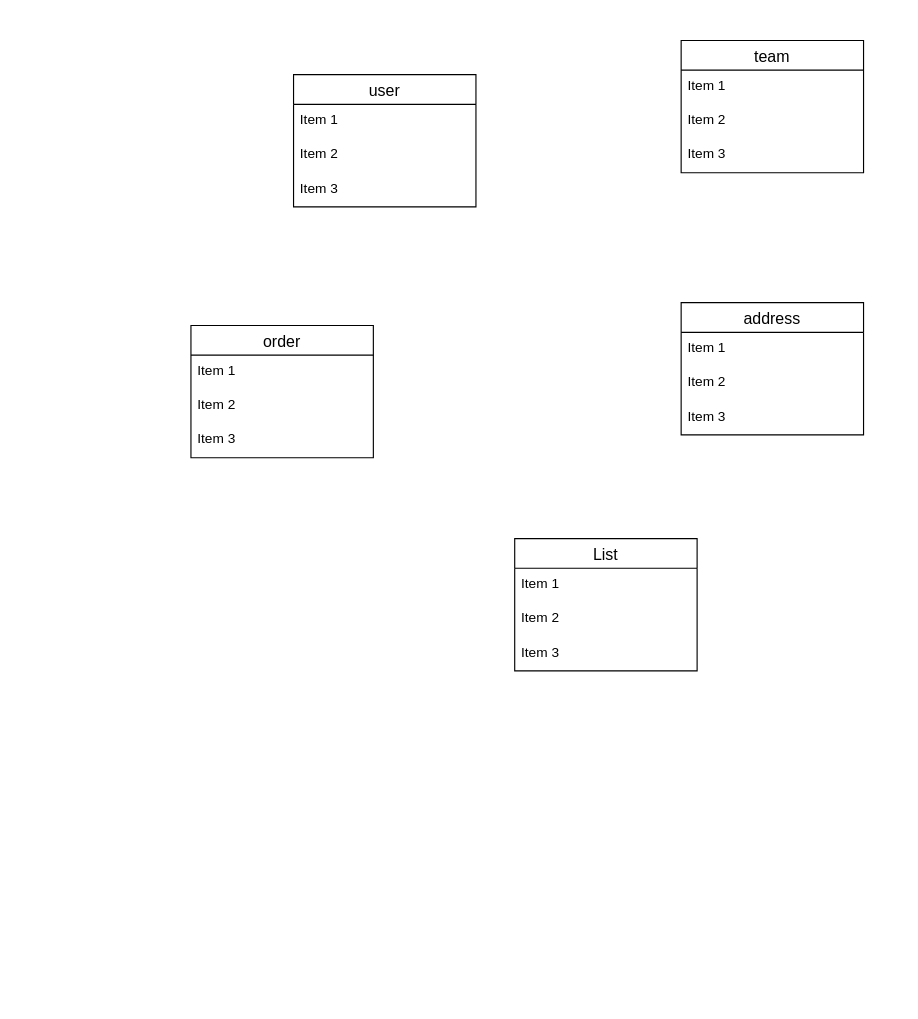
Earlier version of the draw.io diagram test.dio (hori-kozaburo-fixer/baske_app). Source tidied: cells renumbered, new cells numbered last; positions are measured from the earlier drawing's top-left corner, leaving out a move shared by most shapes. Both pictures are drawn from the tidied source at 114%, with x=0, y=0 at pixel (190, 40).
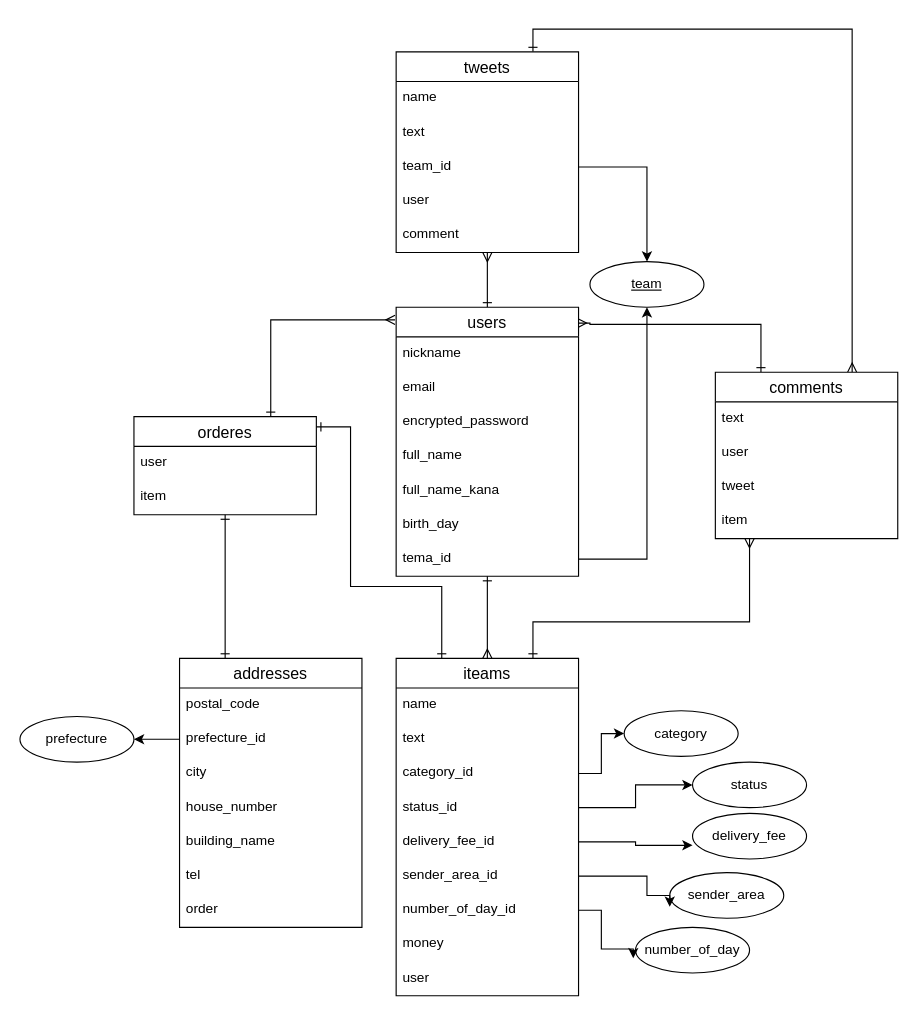
After the change.

Diff of the diagram source:
```diff
@@
+    <mxCell id="22" value="category" style="ellipse;whiteSpace=wrap;html=1;align=center;" parent="1" vertex="1">
+      <mxGeometry x="380" y="588" width="100" height="40" as="geometry" />
+    </mxCell>
+    <mxCell id="23" value="status" style="ellipse;whiteSpace=wrap;html=1;align=center;" parent="1" vertex="1">
+      <mxGeometry x="440" y="633" width="100" height="40" as="geometry" />
+    </mxCell>
+    <mxCell id="24" value="delivery_fee" style="ellipse;whiteSpace=wrap;html=1;align=center;" parent="1" vertex="1">
+      <mxGeometry x="440" y="678" width="100" height="40" as="geometry" />
+    </mxCell>
+    <mxCell id="25" style="edgeStyle=orthogonalEdgeStyle;rounded=0;jettySize=auto;html=1;exitX=0.75;exitY=0;exitDx=0;exitDy=0;entryX=0.75;entryY=0;entryDx=0;entryDy=0;startArrow=ERone;startFill=0;endArrow=ERmany;endFill=0;" parent="1" edge="1" source="26" target="10">
+      <mxGeometry relative="1" as="geometry" />
+    </mxCell>
+    <mxCell id="26" value="tweets" style="swimlane;fontStyle=0;horizontal=1;startSize=26;align=center;fontSize=14;" parent="1" vertex="1">
+      <mxGeometry x="180" y="10" width="160" height="176" as="geometry" />
+    </mxCell>
+    <mxCell id="27" value="name" style="text;strokeColor=none;fillColor=none;spacingLeft=4;spacingRight=4;overflow=hidden;fontSize=12;" parent="26" vertex="1">
+      <mxGeometry y="26" width="160" height="30" as="geometry" />
+    </mxCell>
+    <mxCell id="28" value="text&#10;" style="text;strokeColor=none;fillColor=none;spacingLeft=4;spacingRight=4;overflow=hidden;fontSize=12;" parent="26" vertex="1">
+      <mxGeometry y="56" width="160" height="30" as="geometry" />
+    </mxCell>
+    <mxCell id="29" value="team_id" style="text;strokeColor=none;fillColor=none;spacingLeft=4;spacingRight=4;overflow=hidden;points=[[0,0.5],[1,0.5]];portConstraint=eastwest;fontSize=12;" parent="26" vertex="1">
+      <mxGeometry y="86" width="160" height="30" as="geometry" />
+    </mxCell>
+    <mxCell id="30" value="user" style="text;strokeColor=none;fillColor=none;spacingLeft=4;spacingRight=4;overflow=hidden;fontSize=12;" parent="26" vertex="1">
+      <mxGeometry y="116" width="160" height="30" as="geometry" />
+    </mxCell>
+    <mxCell id="31" value="comment" style="text;strokeColor=none;fillColor=none;spacingLeft=4;spacingRight=4;overflow=hidden;fontSize=12;" parent="26" vertex="1">
+      <mxGeometry y="146" width="160" height="30" as="geometry" />
+    </mxCell>
+    <mxCell id="32" value="sender_area" style="ellipse;whiteSpace=wrap;html=1;align=center;" parent="1" vertex="1">
+      <mxGeometry x="420" y="730" width="100" height="40" as="geometry" />
+    </mxCell>
+    <mxCell id="33" value="number_of_day" style="ellipse;whiteSpace=wrap;html=1;align=center;" parent="1" vertex="1">
+      <mxGeometry x="390" y="778" width="100" height="40" as="geometry" />
+    </mxCell>
+    <mxCell id="34" value="prefecture" style="ellipse;whiteSpace=wrap;html=1;align=center;" parent="1" vertex="1">
+      <mxGeometry x="-150" y="593" width="100" height="40" as="geometry" />
+    </mxCell>
+    <mxCell id="35" style="edgeStyle=orthogonalEdgeStyle;rounded=0;jettySize=auto;html=1;exitX=0.25;exitY=0;exitDx=0;exitDy=0;startArrow=ERone;startFill=0;endArrow=ERmany;endFill=0;entryX=0.994;entryY=0.059;entryDx=0;entryDy=0;entryPerimeter=0;" parent="1" edge="1" source="10" target="18">
+      <mxGeometry relative="1" as="geometry">
+        <Array as="points">
+          <mxPoint x="500" y="249" />
+          <mxPoint x="350" y="249" />
+          <mxPoint x="350" y="248" />
+        </Array>
+      </mxGeometry>
+    </mxCell>
+    <mxCell id="36" style="edgeStyle=orthogonalEdgeStyle;rounded=0;jettySize=auto;html=1;exitX=1;exitY=0.5;exitDx=0;exitDy=0;entryX=0;entryY=0.5;entryDx=0;entryDy=0;" parent="1" edge="1" source="54" target="23">
+      <mxGeometry relative="1" as="geometry" />
+    </mxCell>
+    <mxCell id="37" style="edgeStyle=orthogonalEdgeStyle;rounded=0;jettySize=auto;html=1;exitX=1;exitY=0.5;exitDx=0;exitDy=0;entryX=0;entryY=0.7;entryDx=0;entryDy=0;entryPerimeter=0;" parent="1" edge="1" source="55" target="24">
+      <mxGeometry relative="1" as="geometry" />
+    </mxCell>
+    <mxCell id="38" style="edgeStyle=orthogonalEdgeStyle;rounded=0;jettySize=auto;html=1;exitX=1;exitY=0.5;exitDx=0;exitDy=0;entryX=0;entryY=0.75;entryDx=0;entryDy=0;entryPerimeter=0;" parent="1" edge="1" source="56" target="32">
+      <mxGeometry relative="1" as="geometry">
+        <Array as="points">
+          <mxPoint x="400" y="733" />
+          <mxPoint x="400" y="750" />
+        </Array>
+      </mxGeometry>
+    </mxCell>
+    <mxCell id="39" style="edgeStyle=orthogonalEdgeStyle;rounded=0;jettySize=auto;html=1;exitX=1;exitY=0.5;exitDx=0;exitDy=0;entryX=-0.02;entryY=0.675;entryDx=0;entryDy=0;entryPerimeter=0;" parent="1" edge="1" source="57" target="33">
+      <mxGeometry relative="1" as="geometry">
+        <Array as="points">
+          <mxPoint x="360" y="763" />
+          <mxPoint x="360" y="797" />
+        </Array>
+      </mxGeometry>
+    </mxCell>
+    <mxCell id="40" style="edgeStyle=orthogonalEdgeStyle;rounded=0;jettySize=auto;html=1;exitX=0.5;exitY=0;exitDx=0;exitDy=0;startArrow=ERmany;startFill=0;endArrow=ERone;endFill=0;" parent="1" edge="1" source="50" target="18">
+      <mxGeometry relative="1" as="geometry">
+        <Array as="points">
+          <mxPoint x="260" y="520" />
+          <mxPoint x="260" y="520" />
+        </Array>
+      </mxGeometry>
+    </mxCell>
+    <mxCell id="41" style="edgeStyle=orthogonalEdgeStyle;rounded=0;jettySize=auto;html=1;exitX=0.5;exitY=0;exitDx=0;exitDy=0;startArrow=ERone;startFill=0;endArrow=ERmany;endFill=0;" parent="1" edge="1" source="18" target="26">
+      <mxGeometry relative="1" as="geometry" />
+    </mxCell>
+    <mxCell id="18" value="users" style="swimlane;fontStyle=0;horizontal=1;startSize=26;align=center;fontSize=14;" parent="1" vertex="1">
+      <mxGeometry x="180" y="234" width="160" height="236" as="geometry" />
+    </mxCell>
+    <mxCell id="19" value="nickname&#10;" style="text;strokeColor=none;fillColor=none;spacingLeft=4;spacingRight=4;overflow=hidden;fontSize=12;" parent="18" vertex="1">
+      <mxGeometry y="26" width="160" height="30" as="geometry" />
+    </mxCell>
+    <mxCell id="20" value="email&#10;" style="text;strokeColor=none;fillColor=none;spacingLeft=4;spacingRight=4;overflow=hidden;fontSize=12;" parent="18" vertex="1">
+      <mxGeometry y="56" width="160" height="30" as="geometry" />
+    </mxCell>
+    <mxCell id="21" value="encrypted_password" style="text;strokeColor=none;fillColor=none;spacingLeft=4;spacingRight=4;overflow=hidden;fontSize=12;" parent="18" vertex="1">
+      <mxGeometry y="86" width="160" height="30" as="geometry" />
+    </mxCell>
+    <mxCell id="42" value="full_name&#10;&#10;" style="text;strokeColor=none;fillColor=none;spacingLeft=4;spacingRight=4;overflow=hidden;fontSize=12;" parent="18" vertex="1">
+      <mxGeometry y="116" width="160" height="30" as="geometry" />
+    </mxCell>
+    <mxCell id="43" value="full_name_kana" style="text;strokeColor=none;fillColor=none;spacingLeft=4;spacingRight=4;overflow=hidden;fontSize=12;" parent="18" vertex="1">
+      <mxGeometry y="146" width="160" height="30" as="geometry" />
+    </mxCell>
+    <mxCell id="44" value="birth_day" style="text;strokeColor=none;fillColor=none;spacingLeft=4;spacingRight=4;overflow=hidden;fontSize=12;" parent="18" vertex="1">
+      <mxGeometry y="176" width="160" height="30" as="geometry" />
+    </mxCell>
+    <mxCell id="45" value="tema_id" style="text;strokeColor=none;fillColor=none;spacingLeft=4;spacingRight=4;overflow=hidden;points=[[0,0.5],[1,0.5]];portConstraint=eastwest;fontSize=12;" parent="18" vertex="1">
+      <mxGeometry y="206" width="160" height="30" as="geometry" />
+    </mxCell>
+    <mxCell id="6" value="team" style="ellipse;whiteSpace=wrap;html=1;align=center;fontStyle=4;" parent="1" vertex="1">
+      <mxGeometry x="350" y="194" width="100" height="40" as="geometry" />
+    </mxCell>
+    <mxCell id="46" style="edgeStyle=orthogonalEdgeStyle;rounded=0;jettySize=auto;html=1;exitX=1;exitY=0.5;exitDx=0;exitDy=0;entryX=0;entryY=0.5;entryDx=0;entryDy=0;" parent="1" edge="1" source="53" target="22">
+      <mxGeometry relative="1" as="geometry" />
+    </mxCell>
+    <mxCell id="47" style="edgeStyle=orthogonalEdgeStyle;rounded=0;jettySize=auto;html=1;exitX=0.75;exitY=0;exitDx=0;exitDy=0;entryX=-0.006;entryY=0.047;entryDx=0;entryDy=0;entryPerimeter=0;startArrow=ERone;startFill=0;endArrow=ERmany;endFill=0;" parent="1" edge="1" source="2" target="18">
+      <mxGeometry relative="1" as="geometry">
+        <Array as="points">
+          <mxPoint x="70" y="245" />
+        </Array>
+      </mxGeometry>
+    </mxCell>
-    <mxCell id="2" value="order" style="swimlane;fontStyle=0;horizontal=1;startSize=26;align=center;fontSize=14;" parent="1" vertex="1">
-      <mxGeometry y="250" width="160" height="116" as="geometry" />
+    <mxCell id="2" value="orderes" style="swimlane;fontStyle=0;horizontal=1;startSize=26;align=center;fontSize=14;" parent="1" vertex="1">
+      <mxGeometry x="-50" y="330" width="160" height="86" as="geometry" />
     </mxCell>
-    <mxCell id="3" value="Item 1" style="text;strokeColor=none;fillColor=none;spacingLeft=4;spacingRight=4;overflow=hidden;fontSize=12;" parent="2" vertex="1">
+    <mxCell id="3" value="user" style="text;strokeColor=none;fillColor=none;spacingLeft=4;spacingRight=4;overflow=hidden;fontSize=12;" parent="2" vertex="1">
       <mxGeometry y="26" width="160" height="30" as="geometry" />
     </mxCell>
-    <mxCell id="4" value="Item 2" style="text;strokeColor=none;fillColor=none;spacingLeft=4;spacingRight=4;overflow=hidden;fontSize=12;" parent="2" vertex="1">
+    <mxCell id="4" value="item" style="text;strokeColor=none;fillColor=none;spacingLeft=4;spacingRight=4;overflow=hidden;fontSize=12;" parent="2" vertex="1">
       <mxGeometry y="56" width="160" height="30" as="geometry" />
     </mxCell>
-    <mxCell id="5" value="Item 3" style="text;strokeColor=none;fillColor=none;spacingLeft=4;spacingRight=4;overflow=hidden;fontSize=12;" parent="2" vertex="1">
-      <mxGeometry y="86" width="160" height="30" as="geometry" />
-    </mxCell>
-    <mxCell id="6" value="team" style="swimlane;fontStyle=0;horizontal=1;startSize=26;align=center;fontSize=14;" parent="1" vertex="1">
-      <mxGeometry x="430" width="160" height="116" as="geometry" />
-    </mxCell>
-    <mxCell id="7" value="Item 1" style="text;strokeColor=none;fillColor=none;spacingLeft=4;spacingRight=4;overflow=hidden;fontSize=12;" parent="6" vertex="1">
-      <mxGeometry y="26" width="160" height="30" as="geometry" />
-    </mxCell>
-    <mxCell id="8" value="Item 2" style="text;strokeColor=none;fillColor=none;spacingLeft=4;spacingRight=4;overflow=hidden;fontSize=12;" parent="6" vertex="1">
-      <mxGeometry y="56" width="160" height="30" as="geometry" />
-    </mxCell>
-    <mxCell id="9" value="Item 3" style="text;strokeColor=none;fillColor=none;spacingLeft=4;spacingRight=4;overflow=hidden;fontSize=12;" parent="6" vertex="1">
-      <mxGeometry y="86" width="160" height="30" as="geometry" />
-    </mxCell>
+    <mxCell id="48" style="edgeStyle=orthogonalEdgeStyle;rounded=0;jettySize=auto;html=1;exitX=0.75;exitY=0;exitDx=0;exitDy=0;startArrow=ERone;startFill=0;endArrow=ERmany;endFill=0;" parent="1" edge="1" source="50" target="10">
+      <mxGeometry relative="1" as="geometry">
+        <Array as="points">
+          <mxPoint x="300" y="510" />
+          <mxPoint x="490" y="510" />
+        </Array>
+      </mxGeometry>
+    </mxCell>
+    <mxCell id="49" style="edgeStyle=orthogonalEdgeStyle;rounded=0;jettySize=auto;html=1;exitX=0.25;exitY=0;exitDx=0;exitDy=0;startArrow=ERone;startFill=0;endArrow=ERone;endFill=0;" parent="1" edge="1" source="50">
+      <mxGeometry relative="1" as="geometry">
+        <mxPoint x="110" y="339" as="targetPoint" />
+        <Array as="points">
+          <mxPoint x="220" y="479" />
+          <mxPoint x="140" y="479" />
+          <mxPoint x="140" y="339" />
+        </Array>
+      </mxGeometry>
+    </mxCell>
+    <mxCell id="50" value="iteams" style="swimlane;fontStyle=0;horizontal=1;startSize=26;align=center;fontSize=14;" parent="1" vertex="1">
+      <mxGeometry x="180" y="542" width="160" height="296" as="geometry" />
+    </mxCell>
+    <mxCell id="51" value="name" style="text;strokeColor=none;fillColor=none;spacingLeft=4;spacingRight=4;overflow=hidden;fontSize=12;" parent="50" vertex="1">
+      <mxGeometry y="26" width="160" height="30" as="geometry" />
+    </mxCell>
+    <mxCell id="52" value="text" style="text;strokeColor=none;fillColor=none;spacingLeft=4;spacingRight=4;overflow=hidden;fontSize=12;" parent="50" vertex="1">
+      <mxGeometry y="56" width="160" height="30" as="geometry" />
+    </mxCell>
+    <mxCell id="53" value="category_id&#10;" style="text;strokeColor=none;fillColor=none;spacingLeft=4;spacingRight=4;overflow=hidden;points=[[0,0.5],[1,0.5]];portConstraint=eastwest;fontSize=12;" parent="50" vertex="1">
+      <mxGeometry y="86" width="160" height="30" as="geometry" />
+    </mxCell>
+    <mxCell id="54" value="status_id" style="text;strokeColor=none;fillColor=none;spacingLeft=4;spacingRight=4;overflow=hidden;points=[[0,0.5],[1,0.5]];portConstraint=eastwest;fontSize=12;" parent="50" vertex="1">
+      <mxGeometry y="116" width="160" height="30" as="geometry" />
+    </mxCell>
+    <mxCell id="55" value="delivery_fee_id" style="text;strokeColor=none;fillColor=none;spacingLeft=4;spacingRight=4;overflow=hidden;points=[[0,0.5],[1,0.5]];portConstraint=eastwest;fontSize=12;" parent="50" vertex="1">
+      <mxGeometry y="146" width="160" height="30" as="geometry" />
+    </mxCell>
+    <mxCell id="56" value="sender_area_id" style="text;strokeColor=none;fillColor=none;spacingLeft=4;spacingRight=4;overflow=hidden;points=[[0,0.5],[1,0.5]];portConstraint=eastwest;fontSize=12;" parent="50" vertex="1">
+      <mxGeometry y="176" width="160" height="30" as="geometry" />
+    </mxCell>
+    <mxCell id="57" value="number_of_day_id" style="text;strokeColor=none;fillColor=none;spacingLeft=4;spacingRight=4;overflow=hidden;points=[[0,0.5],[1,0.5]];portConstraint=eastwest;fontSize=12;" parent="50" vertex="1">
+      <mxGeometry y="206" width="160" height="30" as="geometry" />
+    </mxCell>
+    <mxCell id="58" value="money" style="text;strokeColor=none;fillColor=none;spacingLeft=4;spacingRight=4;overflow=hidden;fontSize=12;" parent="50" vertex="1">
+      <mxGeometry y="236" width="160" height="30" as="geometry" />
+    </mxCell>
+    <mxCell id="59" value="user&#10;" style="text;strokeColor=none;fillColor=none;spacingLeft=4;spacingRight=4;overflow=hidden;fontSize=12;" parent="50" vertex="1">
+      <mxGeometry y="266" width="160" height="30" as="geometry" />
+    </mxCell>
+    <mxCell id="60" style="edgeStyle=orthogonalEdgeStyle;rounded=0;jettySize=auto;html=1;exitX=1;exitY=0.5;exitDx=0;exitDy=0;entryX=0.5;entryY=0;entryDx=0;entryDy=0;" parent="1" edge="1" source="29" target="6">
+      <mxGeometry relative="1" as="geometry" />
+    </mxCell>
-    <mxCell id="10" value="List" style="swimlane;fontStyle=0;horizontal=1;startSize=26;align=center;fontSize=14;" parent="1" vertex="1">
-      <mxGeometry x="284" y="437" width="160" height="116" as="geometry" />
+    <mxCell id="10" value="comments" style="swimlane;fontStyle=0;horizontal=1;startSize=26;align=center;fontSize=14;" parent="1" vertex="1">
+      <mxGeometry x="460" y="291" width="160" height="146" as="geometry" />
     </mxCell>
-    <mxCell id="11" value="Item 1" style="text;strokeColor=none;fillColor=none;spacingLeft=4;spacingRight=4;overflow=hidden;fontSize=12;" parent="10" vertex="1">
+    <mxCell id="11" value="text&#10;" style="text;strokeColor=none;fillColor=none;spacingLeft=4;spacingRight=4;overflow=hidden;fontSize=12;" parent="10" vertex="1">
       <mxGeometry y="26" width="160" height="30" as="geometry" />
     </mxCell>
-    <mxCell id="12" value="Item 2" style="text;strokeColor=none;fillColor=none;spacingLeft=4;spacingRight=4;overflow=hidden;fontSize=12;" parent="10" vertex="1">
+    <mxCell id="12" value="user" style="text;strokeColor=none;fillColor=none;spacingLeft=4;spacingRight=4;overflow=hidden;fontSize=12;" parent="10" vertex="1">
       <mxGeometry y="56" width="160" height="30" as="geometry" />
     </mxCell>
-    <mxCell id="13" value="Item 3" style="text;strokeColor=none;fillColor=none;spacingLeft=4;spacingRight=4;overflow=hidden;fontSize=12;" parent="10" vertex="1">
+    <mxCell id="13" value="tweet" style="text;strokeColor=none;fillColor=none;spacingLeft=4;spacingRight=4;overflow=hidden;fontSize=12;" parent="10" vertex="1">
       <mxGeometry y="86" width="160" height="30" as="geometry" />
     </mxCell>
+    <mxCell id="61" value="item" style="text;strokeColor=none;fillColor=none;spacingLeft=4;spacingRight=4;overflow=hidden;fontSize=12;" parent="10" vertex="1">
+      <mxGeometry y="116" width="160" height="30" as="geometry" />
+    </mxCell>
+    <mxCell id="62" style="edgeStyle=orthogonalEdgeStyle;rounded=0;jettySize=auto;html=1;exitX=1;exitY=0.5;exitDx=0;exitDy=0;entryX=0.5;entryY=1;entryDx=0;entryDy=0;" parent="1" edge="1" source="45" target="6">
+      <mxGeometry relative="1" as="geometry" />
+    </mxCell>
+    <mxCell id="63" style="edgeStyle=orthogonalEdgeStyle;rounded=0;jettySize=auto;html=1;exitX=0.25;exitY=0;exitDx=0;exitDy=0;startArrow=ERone;startFill=0;endArrow=ERone;endFill=0;" parent="1" edge="1" source="14" target="2">
+      <mxGeometry relative="1" as="geometry" />
+    </mxCell>
-    <mxCell id="14" value="address" style="swimlane;fontStyle=0;horizontal=1;startSize=26;align=center;fontSize=14;" parent="1" vertex="1">
-      <mxGeometry x="430" y="230" width="160" height="116" as="geometry" />
+    <mxCell id="14" value="addresses" style="swimlane;fontStyle=0;horizontal=1;startSize=26;align=center;fontSize=14;" parent="1" vertex="1">
+      <mxGeometry x="-10" y="542" width="160" height="236" as="geometry" />
     </mxCell>
-    <mxCell id="15" value="Item 1" style="text;strokeColor=none;fillColor=none;spacingLeft=4;spacingRight=4;overflow=hidden;fontSize=12;" parent="14" vertex="1">
+    <mxCell id="15" value="postal_code&#10;" style="text;strokeColor=none;fillColor=none;spacingLeft=4;spacingRight=4;overflow=hidden;fontSize=12;" parent="14" vertex="1">
       <mxGeometry y="26" width="160" height="30" as="geometry" />
     </mxCell>
-    <mxCell id="16" value="Item 2" style="text;strokeColor=none;fillColor=none;spacingLeft=4;spacingRight=4;overflow=hidden;points=[[0,0.5],[1,0.5]];portConstraint=eastwest;fontSize=12;" parent="14" vertex="1">
+    <mxCell id="16" value="prefecture_id" style="text;strokeColor=none;fillColor=none;spacingLeft=4;spacingRight=4;overflow=hidden;points=[[0,0.5],[1,0.5]];portConstraint=eastwest;fontSize=12;" parent="14" vertex="1">
       <mxGeometry y="56" width="160" height="30" as="geometry" />
     </mxCell>
-    <mxCell id="17" value="Item 3" style="text;strokeColor=none;fillColor=none;spacingLeft=4;spacingRight=4;overflow=hidden;fontSize=12;" parent="14" vertex="1">
+    <mxCell id="17" value="city" style="text;strokeColor=none;fillColor=none;spacingLeft=4;spacingRight=4;overflow=hidden;fontSize=12;" parent="14" vertex="1">
       <mxGeometry y="86" width="160" height="30" as="geometry" />
     </mxCell>
-    <mxCell id="18" value="user" style="swimlane;fontStyle=0;horizontal=1;startSize=26;align=center;fontSize=14;" parent="1" vertex="1">
-      <mxGeometry x="90" y="30" width="160" height="116" as="geometry" />
-    </mxCell>
-    <mxCell id="19" value="Item 1" style="text;strokeColor=none;fillColor=none;spacingLeft=4;spacingRight=4;overflow=hidden;fontSize=12;" parent="18" vertex="1">
-      <mxGeometry y="26" width="160" height="30" as="geometry" />
-    </mxCell>
-    <mxCell id="20" value="Item 2" style="text;strokeColor=none;fillColor=none;spacingLeft=4;spacingRight=4;overflow=hidden;fontSize=12;" parent="18" vertex="1">
-      <mxGeometry y="56" width="160" height="30" as="geometry" />
-    </mxCell>
-    <mxCell id="21" value="Item 3" style="text;strokeColor=none;fillColor=none;spacingLeft=4;spacingRight=4;overflow=hidden;fontSize=12;" parent="18" vertex="1">
-      <mxGeometry y="86" width="160" height="30" as="geometry" />
-    </mxCell>
+    <mxCell id="64" value="house_number" style="text;strokeColor=none;fillColor=none;spacingLeft=4;spacingRight=4;overflow=hidden;fontSize=12;" parent="14" vertex="1">
+      <mxGeometry y="116" width="160" height="30" as="geometry" />
+    </mxCell>
+    <mxCell id="65" value="building_name" style="text;strokeColor=none;fillColor=none;spacingLeft=4;spacingRight=4;overflow=hidden;fontSize=12;" parent="14" vertex="1">
+      <mxGeometry y="146" width="160" height="30" as="geometry" />
+    </mxCell>
+    <mxCell id="66" value="tel" style="text;strokeColor=none;fillColor=none;spacingLeft=4;spacingRight=4;overflow=hidden;fontSize=12;" parent="14" vertex="1">
+      <mxGeometry y="176" width="160" height="30" as="geometry" />
+    </mxCell>
+    <mxCell id="67" value="order" style="text;strokeColor=none;fillColor=none;spacingLeft=4;spacingRight=4;overflow=hidden;fontSize=12;" parent="14" vertex="1">
+      <mxGeometry y="206" width="160" height="30" as="geometry" />
+    </mxCell>
+    <mxCell id="68" style="edgeStyle=orthogonalEdgeStyle;rounded=0;jettySize=auto;html=1;exitX=0;exitY=0.5;exitDx=0;exitDy=0;entryX=1;entryY=0.5;entryDx=0;entryDy=0;" parent="1" edge="1" source="16" target="34">
+      <mxGeometry relative="1" as="geometry" />
+    </mxCell>
```
